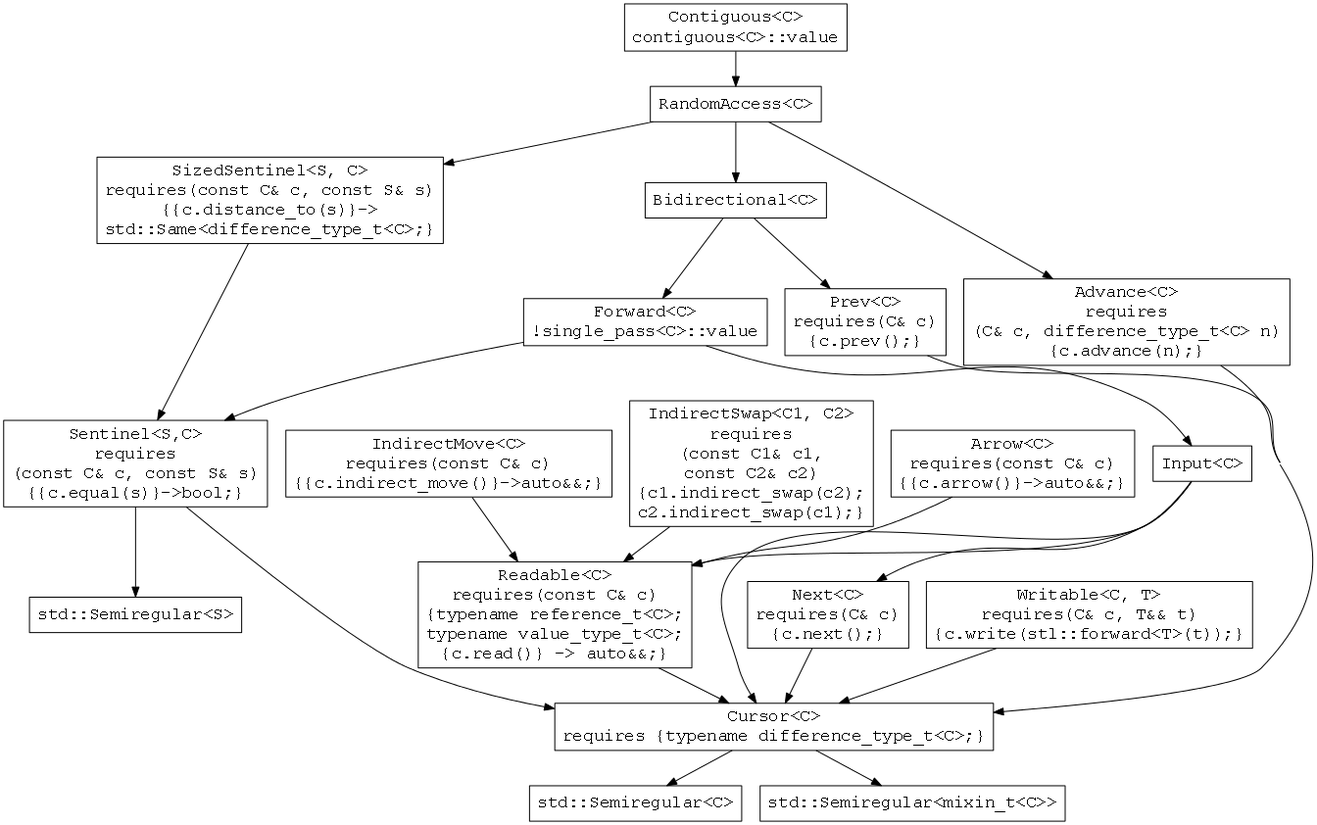
Earlier version of the Graphviz export cursor-concepts.png (Beman/iterator-facade-proposal). Its source is kept beside it as cursor-concepts.dot.
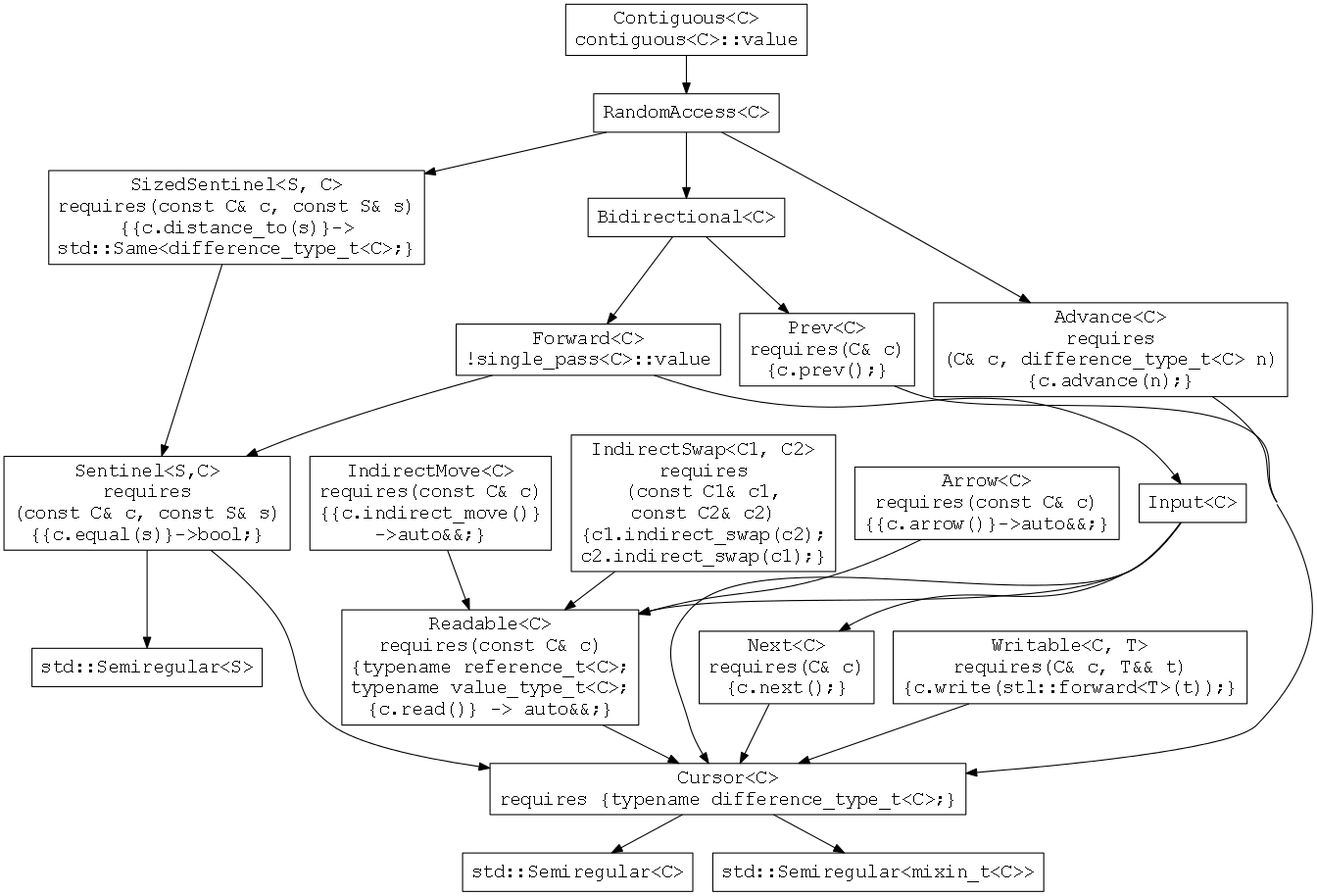
After the commit.

Diff of the diagram source:
```diff
@@ -14,7 +14,7 @@
   cursor [label="Cursor<C>\nrequires {typename difference_type_t<C>;}" shape=box]
   bidirectional [label="Bidirectional<C>" shape=box]
   forward [label="Forward<C>\n!single_pass<C>::value" shape=box]
-  indirectmove [label="IndirectMove<C>\nrequires(const C& c)\n{{c.indirect_move()}->auto&&;}" shape=box]
+  indirectmove [label="IndirectMove<C>\nrequires(const C& c)\n{{c.indirect_move()}\n->auto&&;}" shape=box]
   indirectswap [label="IndirectSwap<C1, C2>\nrequires\n(const C1& c1,\nconst C2& c2)\n{c1.indirect_swap(c2);\nc2.indirect_swap(c1);}" shape=box]
   input [label="Input<C>" shape=box]
   next [label="Next<C>\nrequires(C& c)\n{c.next();}" shape=box]
```
